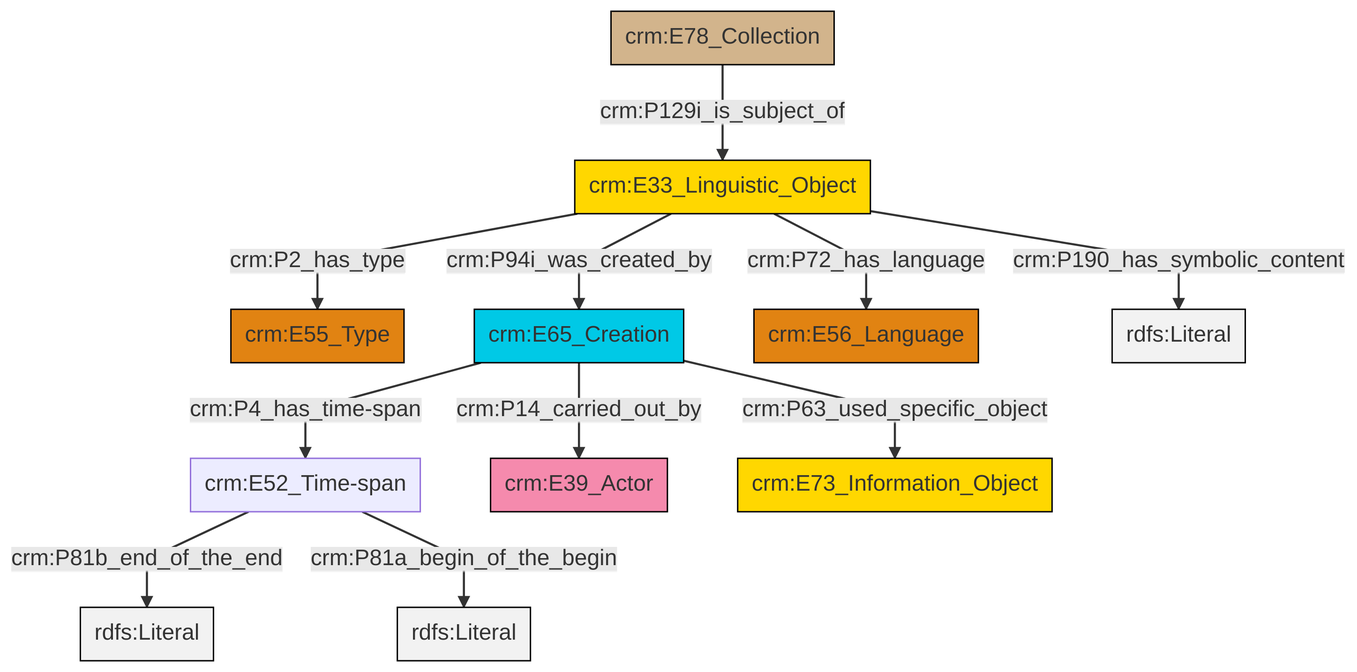
swiss-art-research-net/docs.swissartresearch keeps this Mermaid diagram as et/archivalCSV/ttl/mmd/png/archival_desc.png. Above is the earlier version. Its source is kept beside it as et/archivalCSV/ttl/mmd/archival_desc.ttl.mmd.
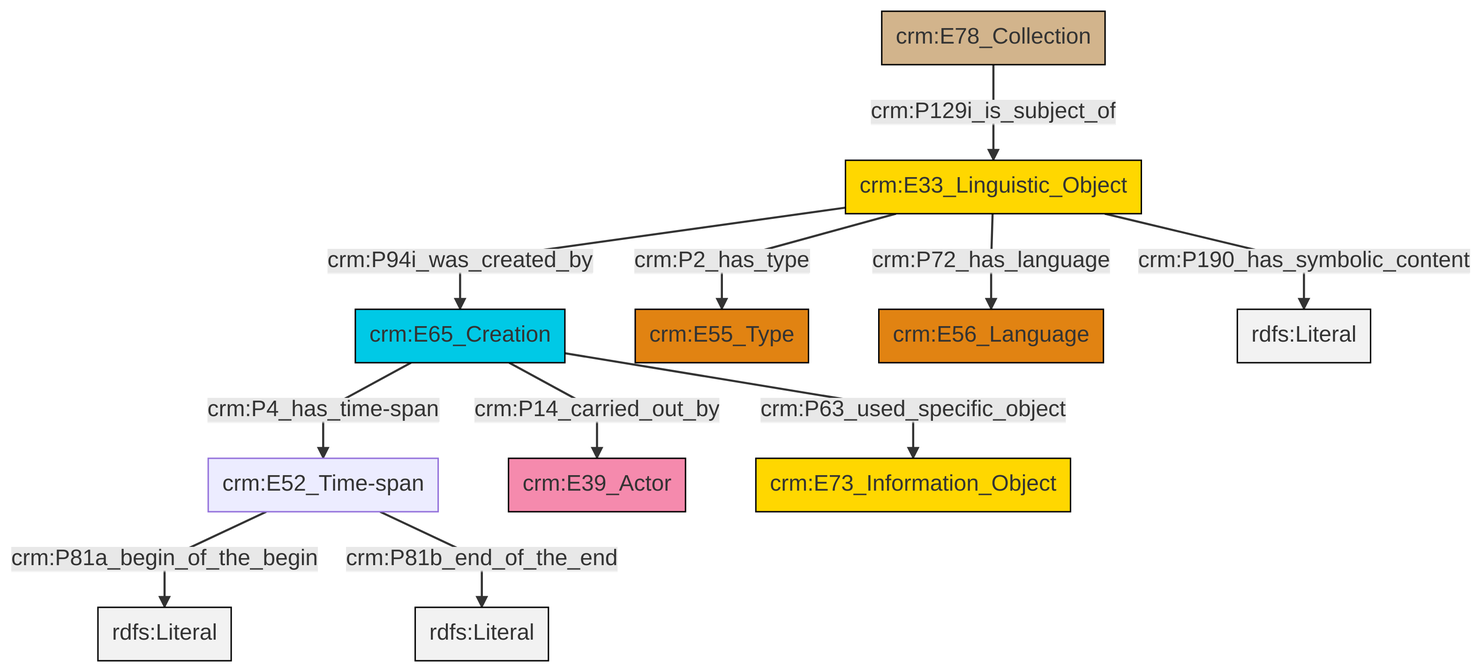
Above is the later version.

Diff of the diagram source:
```diff
@@ -13,13 +13,13 @@
 classDef PC_Classes fill:#4ce600, stroke:#000000;
 classDef Multi fill:#cccccc,stroke:#000000;
 
-0["crm:E33_Linguistic_Object"]:::Conceptual_Object -->|crm:P2_has_type| 1["crm:E55_Type"]:::Type
-7["crm:E78_Collection"]:::Physical_Thing -->|crm:P129i_is_subject_of| 0["crm:E33_Linguistic_Object"]:::Conceptual_Object
-4["crm:E65_Creation"]:::Temporal_Entity -->|crm:P14_carried_out_by| 8["crm:E39_Actor"]:::Actor
-4["crm:E65_Creation"]:::Temporal_Entity -->|crm:P63_used_specific_object| 11["crm:E73_Information_Object"]:::Conceptual_Object
-4["crm:E65_Creation"]:::Temporal_Entity -->|crm:P4_has_time-span| 2["crm:E52_Time-span"]:::Default
-2["crm:E52_Time-span"]:::Default -->|crm:P81b_end_of_the_end| 12[rdfs:Literal]:::Literal
-0["crm:E33_Linguistic_Object"]:::Conceptual_Object -->|crm:P190_has_symbolic_content| 13[rdfs:Literal]:::Literal
-0["crm:E33_Linguistic_Object"]:::Conceptual_Object -->|crm:P72_has_language| 9["crm:E56_Language"]:::Type
-2["crm:E52_Time-span"]:::Default -->|crm:P81a_begin_of_the_begin| 16[rdfs:Literal]:::Literal
-0["crm:E33_Linguistic_Object"]:::Conceptual_Object -->|crm:P94i_was_created_by| 4["crm:E65_Creation"]:::Temporal_Entity
+0["crm:E33_Linguistic_Object"]:::Conceptual_Object -->|crm:P94i_was_created_by| 1["crm:E65_Creation"]:::Temporal_Entity
+0["crm:E33_Linguistic_Object"]:::Conceptual_Object -->|crm:P2_has_type| 4["crm:E55_Type"]:::Type
+8["crm:E52_Time-span"]:::Default -->|crm:P81a_begin_of_the_begin| 9[rdfs:Literal]:::Literal
+2["crm:E78_Collection"]:::Physical_Thing -->|crm:P129i_is_subject_of| 0["crm:E33_Linguistic_Object"]:::Conceptual_Object
+0["crm:E33_Linguistic_Object"]:::Conceptual_Object -->|crm:P72_has_language| 10["crm:E56_Language"]:::Type
+0["crm:E33_Linguistic_Object"]:::Conceptual_Object -->|crm:P190_has_symbolic_content| 11[rdfs:Literal]:::Literal
+1["crm:E65_Creation"]:::Temporal_Entity -->|crm:P63_used_specific_object| 14["crm:E73_Information_Object"]:::Conceptual_Object
+8["crm:E52_Time-span"]:::Default -->|crm:P81b_end_of_the_end| 16[rdfs:Literal]:::Literal
+1["crm:E65_Creation"]:::Temporal_Entity -->|crm:P14_carried_out_by| 12["crm:E39_Actor"]:::Actor
+1["crm:E65_Creation"]:::Temporal_Entity -->|crm:P4_has_time-span| 8["crm:E52_Time-span"]:::Default
```
